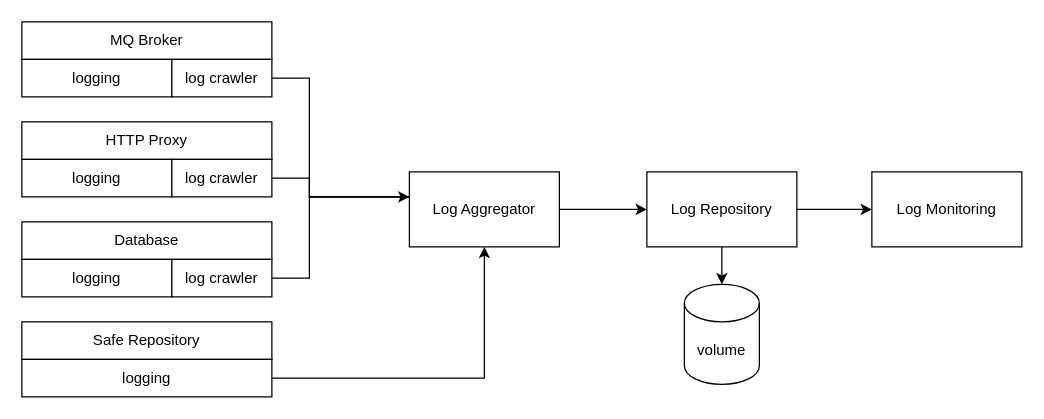
This is page "Monitoring" (2 of 4) of documents/sections/components.drawio from alros-essex/ssdcs-assignment, a draw.io file, before an edit. Source tidied: cells renumbered, new cells numbered last; positions are measured from the earlier drawing's top-left corner, leaving out a move shared by most shapes. Both pictures are drawn from the tidied source at 125%, with x=0, y=0 at pixel (21, 21).
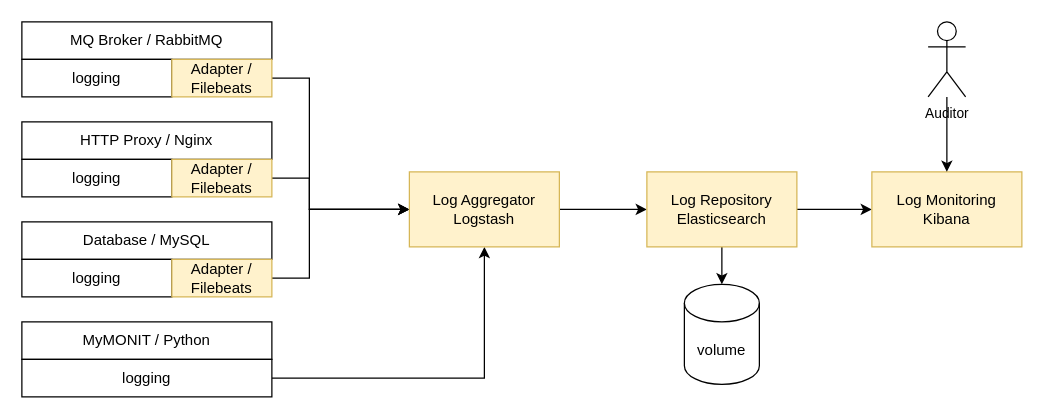
Above is the later version.

The change refers to these unchanged cells:
```xml
<mxCell id="23" value="volume" style="shape=cylinder3;whiteSpace=wrap;html=1;boundedLbl=1;backgroundOutline=1;size=15;" parent="1" vertex="1">
  <mxGeometry x="530" y="210" width="60" height="80" as="geometry" />
</mxCell>
```

The edit, as a diff of the source:
```diff
@@
-    <mxCell id="2" value="MQ Broker" style="rounded=0;whiteSpace=wrap;html=1;" parent="1" vertex="1">
+    <mxCell id="2" value="MQ Broker / RabbitMQ" style="rounded=0;whiteSpace=wrap;html=1;" parent="1" vertex="1">
       <mxGeometry width="200" height="30" as="geometry" />
     </mxCell>
@@
     <mxCell id="4" style="edgeStyle=orthogonalEdgeStyle;rounded=0;jettySize=auto;html=1;entryX=0;entryY=0.5;entryDx=0;entryDy=0;startArrow=none;startFill=0;endArrow=classic;endFill=1;" parent="1" edge="1" source="5" target="18">
       <mxGeometry relative="1" as="geometry">
         <Array as="points">
+          <mxPoint x="120" y="45" />
           <mxPoint x="230" y="45" />
-          <mxPoint x="230" y="140" />
-          <mxPoint x="320" y="140" />
+          <mxPoint x="230" y="150" />
         </Array>
       </mxGeometry>
     </mxCell>
-    <mxCell id="5" value="log crawler" style="rounded=0;whiteSpace=wrap;html=1;" parent="1" vertex="1">
+    <mxCell id="5" value="Adapter / Filebeats" style="rounded=0;whiteSpace=wrap;html=1;fillColor=#fff2cc;strokeColor=#d6b656;" parent="1" vertex="1">
       <mxGeometry x="120" y="30" width="80" height="30" as="geometry" />
     </mxCell>
-    <mxCell id="6" value="HTTP Proxy" style="rounded=0;whiteSpace=wrap;html=1;" parent="1" vertex="1">
+    <mxCell id="6" value="HTTP Proxy / Nginx" style="rounded=0;whiteSpace=wrap;html=1;" parent="1" vertex="1">
       <mxGeometry y="80" width="200" height="30" as="geometry" />
     </mxCell>
@@
     <mxCell id="8" style="edgeStyle=orthogonalEdgeStyle;rounded=0;jettySize=auto;html=1;startArrow=none;startFill=0;endArrow=classic;endFill=1;entryX=0;entryY=0.5;entryDx=0;entryDy=0;" parent="1" edge="1" source="9" target="18">
       <mxGeometry relative="1" as="geometry">
         <Array as="points">
+          <mxPoint x="120" y="125" />
           <mxPoint x="230" y="125" />
-          <mxPoint x="230" y="140" />
-          <mxPoint x="320" y="140" />
+          <mxPoint x="230" y="150" />
         </Array>
       </mxGeometry>
     </mxCell>
-    <mxCell id="9" value="log crawler" style="rounded=0;whiteSpace=wrap;html=1;" parent="1" vertex="1">
+    <mxCell id="9" value="Adapter / Filebeats" style="rounded=0;whiteSpace=wrap;html=1;fillColor=#fff2cc;strokeColor=#d6b656;" parent="1" vertex="1">
       <mxGeometry x="120" y="110" width="80" height="30" as="geometry" />
     </mxCell>
-    <mxCell id="10" value="Database" style="rounded=0;whiteSpace=wrap;html=1;" parent="1" vertex="1">
+    <mxCell id="10" value="Database / MySQL" style="rounded=0;whiteSpace=wrap;html=1;" parent="1" vertex="1">
       <mxGeometry y="160" width="200" height="30" as="geometry" />
     </mxCell>
@@
-    <mxCell id="12" style="edgeStyle=orthogonalEdgeStyle;rounded=0;jettySize=auto;html=1;startArrow=none;startFill=0;endArrow=classic;endFill=1;" parent="1" edge="1" source="13" target="18">
+    <mxCell id="12" style="edgeStyle=orthogonalEdgeStyle;rounded=0;jettySize=auto;html=1;startArrow=none;startFill=0;endArrow=classic;endFill=1;entryX=0;entryY=0.5;entryDx=0;entryDy=0;" parent="1" edge="1" source="13" target="18">
       <mxGeometry relative="1" as="geometry">
         <Array as="points">
+          <mxPoint x="120" y="205" />
           <mxPoint x="230" y="205" />
-          <mxPoint x="230" y="140" />
+          <mxPoint x="230" y="150" />
         </Array>
       </mxGeometry>
     </mxCell>
-    <mxCell id="13" value="log crawler" style="rounded=0;whiteSpace=wrap;html=1;" parent="1" vertex="1">
+    <mxCell id="13" value="Adapter / Filebeats" style="rounded=0;whiteSpace=wrap;html=1;fillColor=#fff2cc;strokeColor=#d6b656;" parent="1" vertex="1">
       <mxGeometry x="120" y="190" width="80" height="30" as="geometry" />
     </mxCell>
-    <mxCell id="14" value="Safe Repository" style="rounded=0;whiteSpace=wrap;html=1;" parent="1" vertex="1">
+    <mxCell id="14" value="MyMONIT / Python" style="rounded=0;whiteSpace=wrap;html=1;" parent="1" vertex="1">
       <mxGeometry y="240" width="200" height="30" as="geometry" />
     </mxCell>
@@
-    <mxCell id="17" style="edgeStyle=orthogonalEdgeStyle;rounded=0;jettySize=auto;html=1;startArrow=none;startFill=0;endArrow=classic;endFill=1;" parent="1" edge="1" source="18" target="21">
-      <mxGeometry relative="1" as="geometry" />
+    <mxCell id="17" style="edgeStyle=orthogonalEdgeStyle;rounded=0;jettySize=auto;html=1;startArrow=none;startFill=0;endArrow=classic;endFill=1;exitX=1;exitY=0.5;exitDx=0;exitDy=0;entryX=0;entryY=0.5;entryDx=0;entryDy=0;" parent="1" edge="1" source="18" target="21">
+      <mxGeometry relative="1" as="geometry">
+        <Array as="points">
+          <mxPoint x="490" y="150" />
+          <mxPoint x="490" y="150" />
+        </Array>
+      </mxGeometry>
     </mxCell>
-    <mxCell id="18" value="Log Aggregator" style="rounded=0;whiteSpace=wrap;html=1;" parent="1" vertex="1">
+    <mxCell id="18" value="Log Aggregator&lt;br&gt;Logstash" style="rounded=0;whiteSpace=wrap;html=1;fillColor=#fff2cc;strokeColor=#d6b656;" parent="1" vertex="1">
       <mxGeometry x="310" y="120" width="120" height="60" as="geometry" />
     </mxCell>
-    <mxCell id="19" style="edgeStyle=orthogonalEdgeStyle;rounded=0;jettySize=auto;html=1;startArrow=none;startFill=0;endArrow=classic;endFill=1;" parent="1" edge="1" source="21" target="22">
-      <mxGeometry relative="1" as="geometry" />
+    <mxCell id="19" style="edgeStyle=orthogonalEdgeStyle;rounded=0;jettySize=auto;html=1;startArrow=none;startFill=0;endArrow=classic;endFill=1;exitX=1;exitY=0.5;exitDx=0;exitDy=0;entryX=0;entryY=0.5;entryDx=0;entryDy=0;" parent="1" edge="1" source="21" target="22">
+      <mxGeometry relative="1" as="geometry">
+        <Array as="points">
+          <mxPoint x="660" y="150" />
+          <mxPoint x="660" y="150" />
+        </Array>
+      </mxGeometry>
     </mxCell>
-    <mxCell id="20" style="edgeStyle=orthogonalEdgeStyle;rounded=0;jettySize=auto;html=1;startArrow=none;startFill=0;endArrow=classic;endFill=1;" parent="1" edge="1" source="21" target="23">
+    <mxCell id="20" style="edgeStyle=orthogonalEdgeStyle;rounded=0;jettySize=auto;html=1;startArrow=none;startFill=0;endArrow=classic;endFill=1;exitX=0.5;exitY=1;exitDx=0;exitDy=0;entryX=0.5;entryY=0;entryDx=0;entryDy=0;entryPerimeter=0;" parent="1" edge="1" source="21" target="23">
       <mxGeometry relative="1" as="geometry" />
     </mxCell>
-    <mxCell id="21" value="Log Repository" style="rounded=0;whiteSpace=wrap;html=1;" parent="1" vertex="1">
+    <mxCell id="21" value="Log Repository&lt;br&gt;Elasticsearch" style="rounded=0;whiteSpace=wrap;html=1;fillColor=#fff2cc;strokeColor=#d6b656;" parent="1" vertex="1">
       <mxGeometry x="500" y="120" width="120" height="60" as="geometry" />
     </mxCell>
-    <mxCell id="22" value="Log Monitoring" style="rounded=0;whiteSpace=wrap;html=1;" parent="1" vertex="1">
+    <mxCell id="22" value="Log Monitoring&lt;br&gt;Kibana" style="rounded=0;whiteSpace=wrap;html=1;fillColor=#fff2cc;strokeColor=#d6b656;" parent="1" vertex="1">
       <mxGeometry x="680" y="120" width="120" height="60" as="geometry" />
     </mxCell>
@@
+    <mxCell id="24" style="edgeStyle=orthogonalEdgeStyle;rounded=0;jettySize=auto;html=1;entryX=0.5;entryY=0;entryDx=0;entryDy=0;fontSize=11;endArrow=classic;endFill=1;" parent="1" edge="1" source="25" target="22">
+      <mxGeometry relative="1" as="geometry" />
+    </mxCell>
+    <mxCell id="25" value="Auditor" style="shape=umlActor;verticalLabelPosition=bottom;verticalAlign=top;html=1;outlineConnect=0;fontSize=11;" parent="1" vertex="1">
+      <mxGeometry x="725" width="30" height="60" as="geometry" />
+    </mxCell>
```
